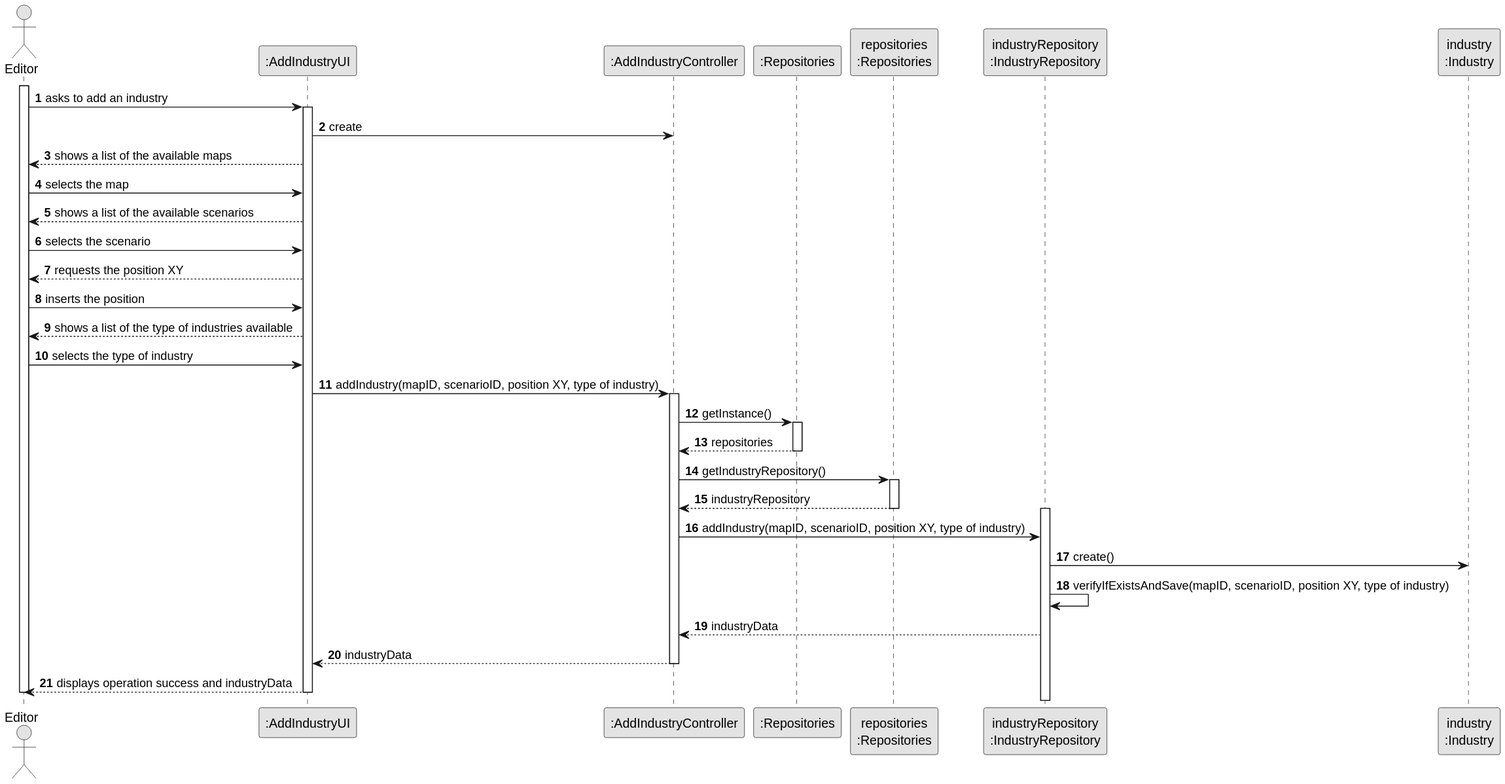
The PlantUML diagram docs/sprint2/us002/03.design/svg/us002-sequence-diagram-full.svg in ivasduarte/all-aboard, before a commit.
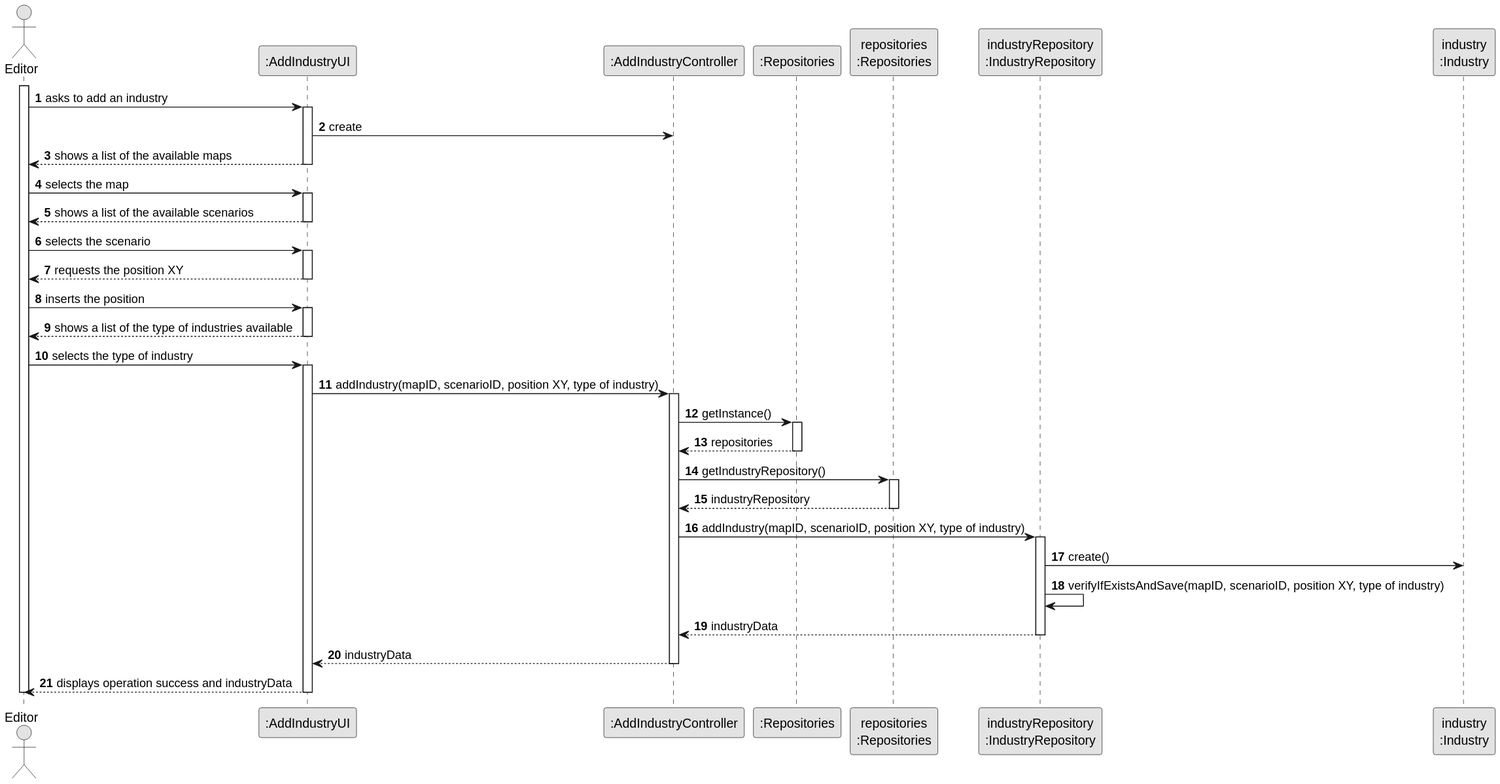
The same file after the commit.

Commit message:
US002(docs): small correction on the SSD

The edit, as a diff of the source:
```diff
@@ -21,16 +21,26 @@
 UI -> CTRL : create
 
 UI --> Editor : shows a list of the available maps
+deactivate UI
+
 Editor -> UI : selects the map
+activate UI
 
 UI --> Editor : shows a list of the available scenarios
+deactivate UI
+
 Editor -> UI : selects the scenario
+activate UI
+UI --> Editor : requests the position XY
+deactivate UI
 
-UI --> Editor : requests the position XY
 Editor -> UI : inserts the position
+activate UI
+UI --> Editor : shows a list of the type of industries available
+deactivate UI
 
-UI --> Editor : shows a list of the type of industries available
 Editor -> UI : selects the type of industry
+activate UI
 
 UI -> CTRL : addIndustry(mapID, scenarioID, position XY, type of industry)
 activate CTRL
@@ -45,14 +55,16 @@
 PLAT --> CTRL : industryRepository
 deactivate PLAT
 
+CTRL -> industryRepository : addIndustry(mapID, scenarioID, position XY, type of industry)
 activate industryRepository
-CTRL -> industryRepository : addIndustry(mapID, scenarioID, position XY, type of industry)
 
 industryRepository -> Industry : create()
 
 industryRepository -> industryRepository : verifyIfExistsAndSave(mapID, scenarioID, position XY, type of industry)
 
 industryRepository --> CTRL : industryData
+deactivate industryRepository
+
 CTRL --> UI : industryData
 deactivate CTRL
 
```
